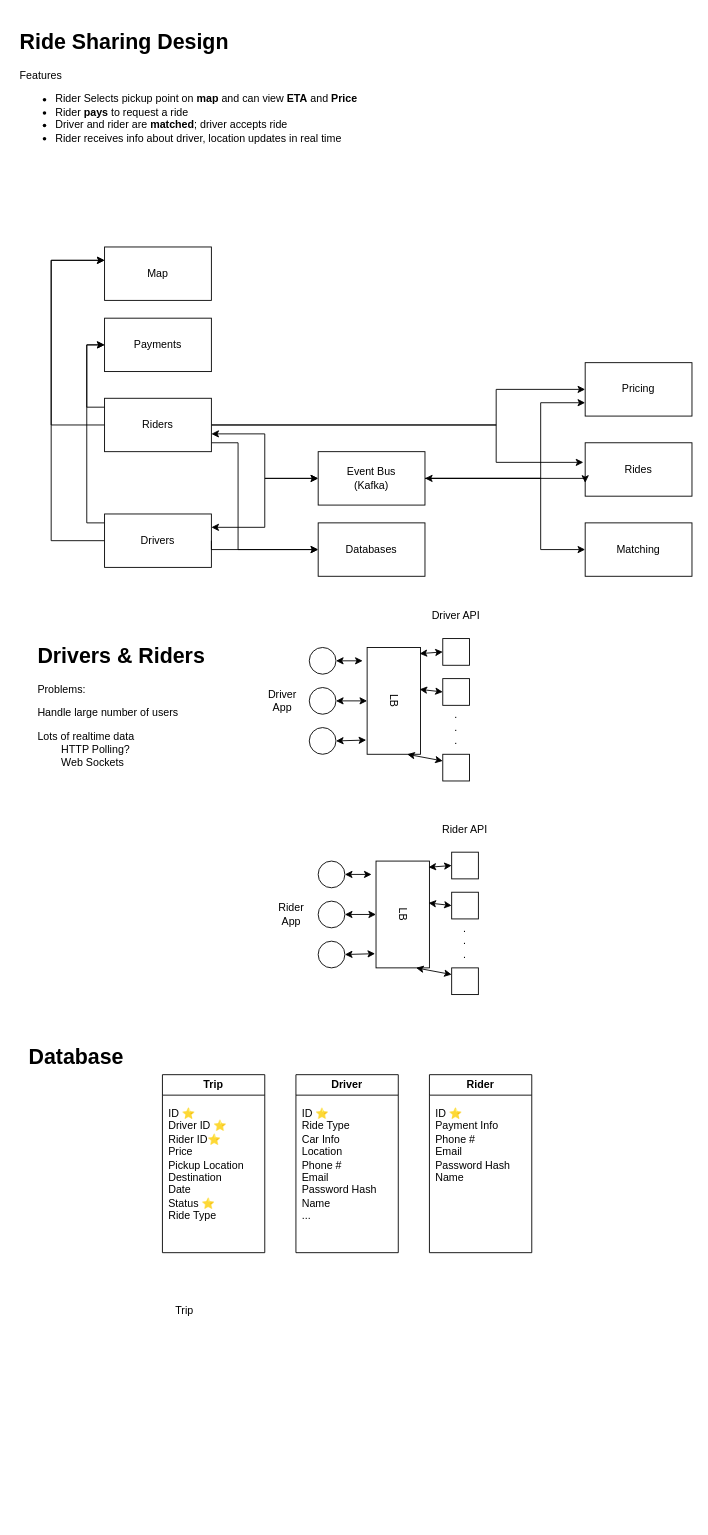
Earlier version of the draw.io diagram Ride Sharing.drawio (jossjacobo/Grokking-System-Design). Source tidied: cells renumbered, new cells numbered last; positions are measured from the earlier drawing's top-left corner, leaving out a move shared by most shapes. Both pictures are drawn from the tidied source at 89%, with x=0, y=0 at pixel (15, 24).
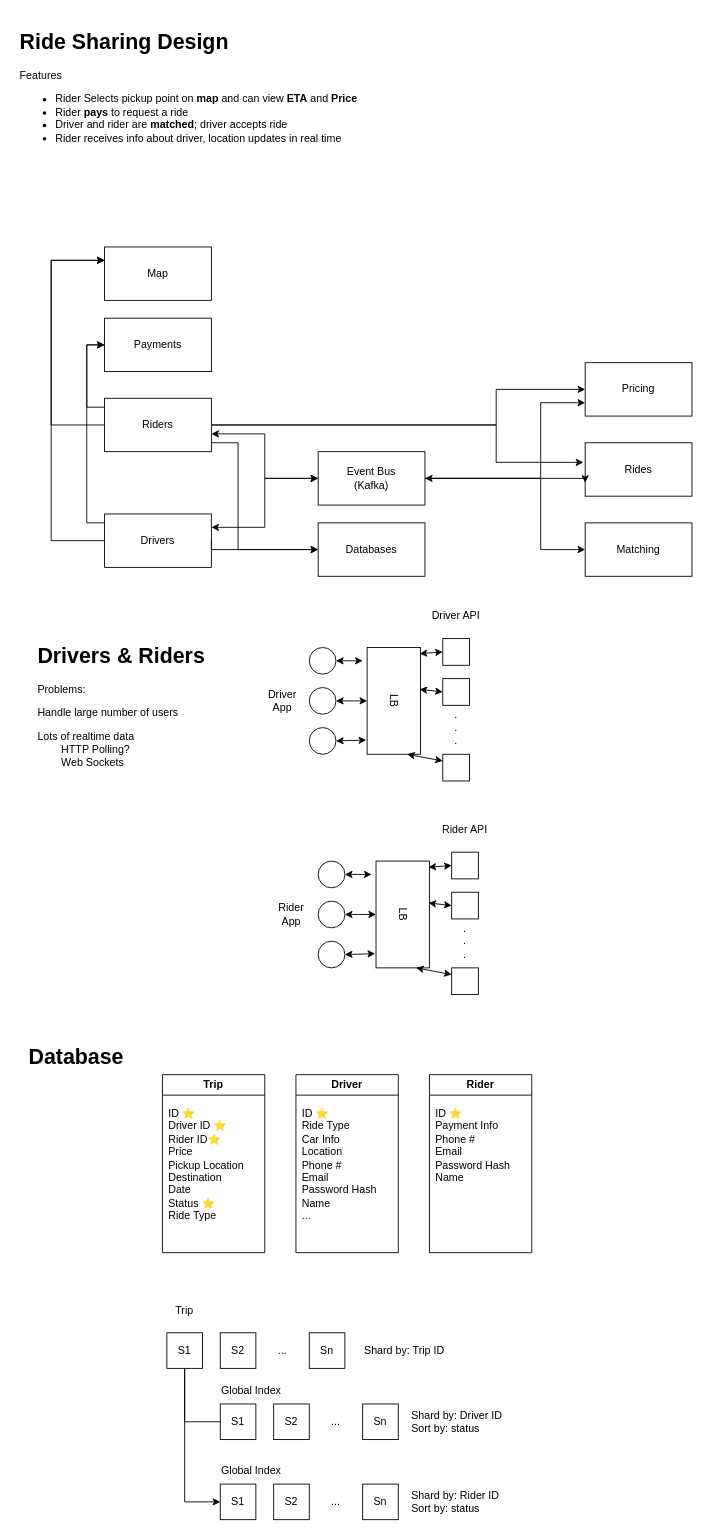
The same page after the edit.

What changed in the source:
```diff
@@
+    <mxCell id="66" style="edgeStyle=orthogonalEdgeStyle;rounded=0;jettySize=auto;html=1;entryX=0;entryY=0.5;entryDx=0;entryDy=0;" parent="1" edge="1" source="67" target="77">
+      <mxGeometry relative="1" as="geometry">
+        <Array as="points">
+          <mxPoint x="190" y="1660" />
+        </Array>
+      </mxGeometry>
+    </mxCell>
+    <mxCell id="67" value="S1" style="whiteSpace=wrap;html=1;" parent="1" vertex="1">
+      <mxGeometry x="170" y="1470" width="40" height="40" as="geometry" />
+    </mxCell>
+    <mxCell id="68" value="S2" style="whiteSpace=wrap;html=1;" parent="1" vertex="1">
+      <mxGeometry x="230" y="1470" width="40" height="40" as="geometry" />
+    </mxCell>
+    <mxCell id="69" value="Sn" style="whiteSpace=wrap;html=1;" parent="1" vertex="1">
+      <mxGeometry x="330" y="1470" width="40" height="40" as="geometry" />
+    </mxCell>
+    <mxCell id="70" value="..." style="text;html=1;strokeColor=none;fillColor=none;align=center;verticalAlign=middle;whiteSpace=wrap;rounded=0;" parent="1" vertex="1">
+      <mxGeometry x="270" y="1475" width="60" height="30" as="geometry" />
+    </mxCell>
+    <mxCell id="71" value="Global Index" style="text;html=1;strokeColor=none;fillColor=none;align=center;verticalAlign=middle;whiteSpace=wrap;rounded=0;" parent="1" vertex="1">
+      <mxGeometry x="220" y="1520" width="90" height="30" as="geometry" />
+    </mxCell>
+    <mxCell id="72" value="S1" style="whiteSpace=wrap;html=1;" parent="1" vertex="1">
+      <mxGeometry x="230" y="1550" width="40" height="40" as="geometry" />
+    </mxCell>
+    <mxCell id="73" value="S2" style="whiteSpace=wrap;html=1;" parent="1" vertex="1">
+      <mxGeometry x="290" y="1550" width="40" height="40" as="geometry" />
+    </mxCell>
+    <mxCell id="74" value="Sn" style="whiteSpace=wrap;html=1;" parent="1" vertex="1">
+      <mxGeometry x="390" y="1550" width="40" height="40" as="geometry" />
+    </mxCell>
+    <mxCell id="75" value="..." style="text;html=1;strokeColor=none;fillColor=none;align=center;verticalAlign=middle;whiteSpace=wrap;rounded=0;" parent="1" vertex="1">
+      <mxGeometry x="330" y="1555" width="60" height="30" as="geometry" />
+    </mxCell>
+    <mxCell id="76" value="Global Index" style="text;html=1;strokeColor=none;fillColor=none;align=center;verticalAlign=middle;whiteSpace=wrap;rounded=0;" parent="1" vertex="1">
+      <mxGeometry x="220" y="1610" width="90" height="30" as="geometry" />
+    </mxCell>
+    <mxCell id="77" value="S1" style="whiteSpace=wrap;html=1;" parent="1" vertex="1">
+      <mxGeometry x="230" y="1640" width="40" height="40" as="geometry" />
+    </mxCell>
+    <mxCell id="78" value="S2" style="whiteSpace=wrap;html=1;" parent="1" vertex="1">
+      <mxGeometry x="290" y="1640" width="40" height="40" as="geometry" />
+    </mxCell>
+    <mxCell id="79" value="Sn" style="whiteSpace=wrap;html=1;" parent="1" vertex="1">
+      <mxGeometry x="390" y="1640" width="40" height="40" as="geometry" />
+    </mxCell>
+    <mxCell id="80" value="..." style="text;html=1;strokeColor=none;fillColor=none;align=center;verticalAlign=middle;whiteSpace=wrap;rounded=0;" parent="1" vertex="1">
+      <mxGeometry x="330" y="1645" width="60" height="30" as="geometry" />
+    </mxCell>
+    <mxCell id="81" style="endArrow=none;html=1;rounded=0;entryX=0.5;entryY=1;entryDx=0;entryDy=0;exitX=0;exitY=0.5;exitDx=0;exitDy=0;edgeStyle=orthogonalEdgeStyle;" parent="1" edge="1" source="72" target="67">
+      <mxGeometry relative="1" as="geometry" />
+    </mxCell>
+    <mxCell id="82" value="Shard by: Trip ID" style="text;html=1;strokeColor=none;fillColor=none;align=left;verticalAlign=middle;whiteSpace=wrap;rounded=0;" parent="1" vertex="1">
+      <mxGeometry x="390" y="1475" width="160" height="30" as="geometry" />
+    </mxCell>
+    <mxCell id="83" value="Shard by: Driver ID&lt;br&gt;Sort by: status" style="text;html=1;strokeColor=none;fillColor=none;align=left;verticalAlign=middle;whiteSpace=wrap;rounded=0;" parent="1" vertex="1">
+      <mxGeometry x="442.5" y="1555" width="160" height="30" as="geometry" />
+    </mxCell>
+    <mxCell id="84" value="Shard by: Rider ID&lt;br style=&quot;border-color: var(--border-color);&quot;&gt;Sort by: status" style="text;html=1;strokeColor=none;fillColor=none;align=left;verticalAlign=middle;whiteSpace=wrap;rounded=0;" parent="1" vertex="1">
+      <mxGeometry x="442.5" y="1645" width="160" height="30" as="geometry" />
+    </mxCell>
```
